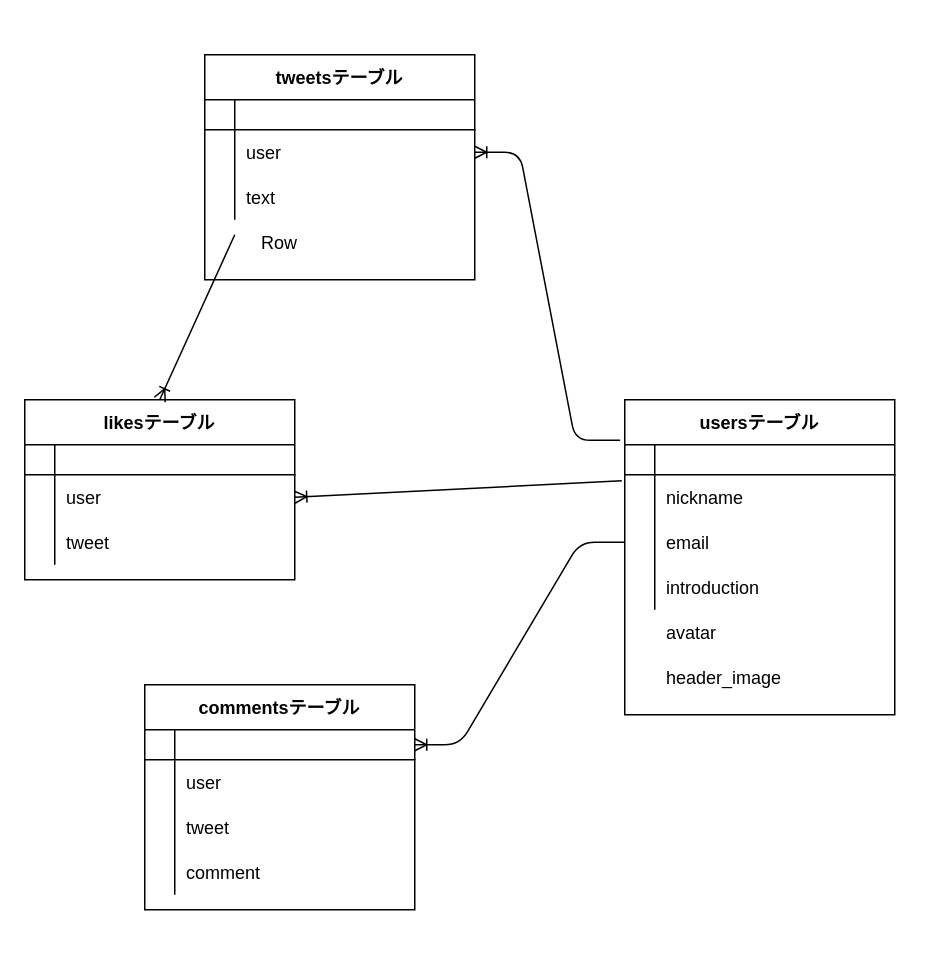
This is test.dio from Ota66/share-34421, a draw.io file, before an edit. Source tidied: cells renumbered, new cells numbered last; positions are measured from the earlier drawing's top-left corner, leaving out a move shared by most shapes. Both pictures are drawn from the tidied source at 150%, with x=0, y=0 at pixel (24, 54).
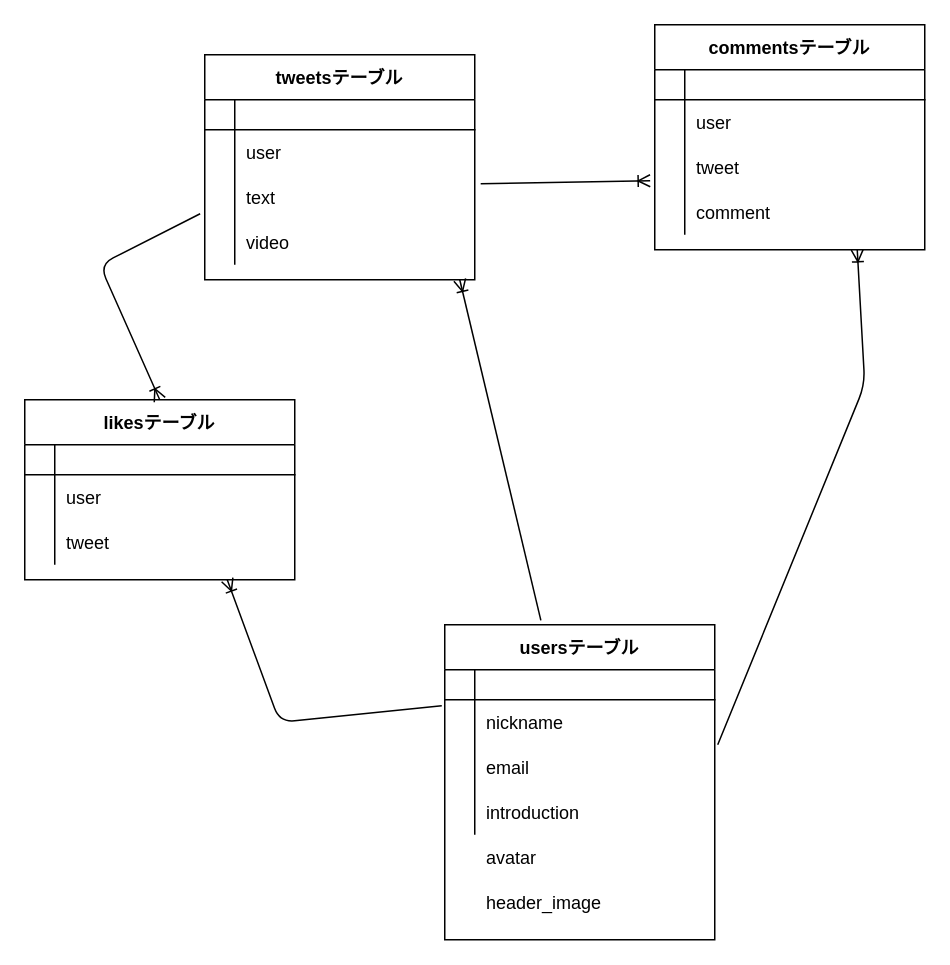
Above is the later version.

Commit message (it also covers changes not shown here):
Basic認証を導入

The change refers to these unchanged cells:
```xml
<mxCell id="3" style="shape=partialRectangle;fillColor=none;top=0;left=0;bottom=1;right=0;points=[[0,0.5],[1,0.5]];portConstraint=eastwest;" parent="2" vertex="1">
  <mxGeometry y="30" width="180" height="20" as="geometry" />
</mxCell>
<mxCell id="6" style="shape=partialRectangle;fillColor=none;top=0;left=0;bottom=0;right=0;points=[[0,0.5],[1,0.5]];portConstraint=eastwest;" parent="2" vertex="1">
  <mxGeometry y="50" width="180" height="30" as="geometry" />
</mxCell>
<mxCell id="9" style="shape=partialRectangle;fillColor=none;top=0;left=0;bottom=0;right=0;points=[[0,0.5],[1,0.5]];portConstraint=eastwest;" parent="2" vertex="1">
  <mxGeometry y="80" width="180" height="30" as="geometry" />
</mxCell>
<mxCell id="15" value="tweetsテーブル" style="shape=table;startSize=30;childLayout=tableLayout;rowLines=0;fontStyle=1;align=center;" parent="1" vertex="1">
  <mxGeometry x="120" width="180" height="150" as="geometry" />
</mxCell>
<mxCell id="19" style="shape=partialRectangle;fillColor=none;top=0;left=0;bottom=0;right=0;points=[[0,0.5],[1,0.5]];portConstraint=eastwest;" parent="15" vertex="1">
  <mxGeometry y="50" width="180" height="30" as="geometry" />
</mxCell>
<mxCell id="22" style="shape=partialRectangle;fillColor=none;top=0;left=0;bottom=0;right=0;points=[[0,0.5],[1,0.5]];portConstraint=eastwest;" parent="15" vertex="1">
  <mxGeometry y="80" width="180" height="30" as="geometry" />
</mxCell>
<mxCell id="26" style="shape=partialRectangle;fillColor=none;top=0;left=0;bottom=1;right=0;points=[[0,0.5],[1,0.5]];portConstraint=eastwest;" parent="25" vertex="1">
  <mxGeometry y="30" width="180" height="20" as="geometry" />
</mxCell>
<mxCell id="32" style="shape=partialRectangle;fillColor=none;top=0;left=0;bottom=0;right=0;points=[[0,0.5],[1,0.5]];portConstraint=eastwest;" parent="25" vertex="1">
  <mxGeometry y="80" width="180" height="30" as="geometry" />
</mxCell>
<mxCell id="40" value="likesテーブル" style="shape=table;startSize=30;childLayout=tableLayout;rowLines=0;fontStyle=1;align=center;" parent="1" vertex="1">
  <mxGeometry y="230" width="180" height="120" as="geometry" />
</mxCell>
<mxCell id="44" style="shape=partialRectangle;fillColor=none;top=0;left=0;bottom=0;right=0;points=[[0,0.5],[1,0.5]];portConstraint=eastwest;" parent="40" vertex="1">
  <mxGeometry y="50" width="180" height="30" as="geometry" />
</mxCell>
```

What changed in the source:
```diff
@@
     <mxCell id="2" value="usersテーブル" style="shape=table;startSize=30;childLayout=tableLayout;rowLines=0;fontStyle=1;align=center;" parent="1" vertex="1">
-      <mxGeometry x="400" y="230" width="180" height="210" as="geometry" />
+      <mxGeometry x="280" y="380" width="180" height="210" as="geometry" />
     </mxCell>
@@
+    <mxCell id="62" style="shape=partialRectangle;fillColor=none;top=0;left=0;bottom=0;right=0;points=[[0,0.5],[1,0.5]];portConstraint=eastwest;" parent="15" vertex="1">
+      <mxGeometry y="110" width="180" height="30" as="geometry" />
+    </mxCell>
+    <mxCell id="63" style="shape=partialRectangle;fillColor=none;top=0;left=0;bottom=0;right=0;overflow=hidden;" parent="62" vertex="1">
+      <mxGeometry width="20" height="30" as="geometry" />
+    </mxCell>
+    <mxCell id="64" value="video" style="shape=partialRectangle;fillColor=none;top=0;left=0;bottom=0;right=0;align=left;spacingLeft=6;overflow=hidden;" parent="62" vertex="1">
+      <mxGeometry x="20" width="160" height="30" as="geometry" />
+    </mxCell>
     <mxCell id="25" value="commentsテーブル" style="shape=table;startSize=30;childLayout=tableLayout;rowLines=0;fontStyle=1;align=center;" parent="1" vertex="1">
-      <mxGeometry x="80" y="420" width="180" height="150" as="geometry" />
+      <mxGeometry x="420" y="-20" width="180" height="150" as="geometry" />
     </mxCell>
@@
-    <mxCell id="38" style="edgeStyle=entityRelationEdgeStyle;fontSize=12;html=1;endArrow=ERoneToMany;entryX=1;entryY=0.5;entryDx=0;entryDy=0;exitX=0;exitY=0.5;exitDx=0;exitDy=0;" parent="1" edge="1" source="9" target="26">
-      <mxGeometry relative="1" as="geometry" />
+    <mxCell id="38" style="fontSize=12;html=1;endArrow=ERoneToMany;exitX=1.011;exitY=0;exitDx=0;exitDy=0;exitPerimeter=0;entryX=0.75;entryY=1;entryDx=0;entryDy=0;" parent="1" edge="1" source="9" target="25">
+      <mxGeometry relative="1" as="geometry">
+        <Array as="points">
+          <mxPoint x="560" y="220" />
+        </Array>
+      </mxGeometry>
     </mxCell>
-    <mxCell id="39" style="edgeStyle=entityRelationEdgeStyle;fontSize=12;html=1;endArrow=ERoneToMany;entryX=1;entryY=0.5;entryDx=0;entryDy=0;exitX=-0.017;exitY=-0.15;exitDx=0;exitDy=0;exitPerimeter=0;" parent="1" edge="1" source="3" target="19">
-      <mxGeometry relative="1" as="geometry" />
+    <mxCell id="39" style="fontSize=12;html=1;endArrow=ERoneToMany;exitX=0.356;exitY=-0.014;exitDx=0;exitDy=0;exitPerimeter=0;" parent="1" edge="1" source="2">
+      <mxGeometry relative="1" as="geometry">
+        <mxPoint x="290" y="150" as="targetPoint" />
+      </mxGeometry>
     </mxCell>
@@
-    <mxCell id="50" style="fontSize=12;html=1;endArrow=ERoneToMany;exitX=-0.011;exitY=0.133;exitDx=0;exitDy=0;exitPerimeter=0;entryX=1;entryY=0.5;entryDx=0;entryDy=0;" parent="1" edge="1" source="6" target="44">
-      <mxGeometry relative="1" as="geometry" />
+    <mxCell id="50" style="fontSize=12;html=1;endArrow=ERoneToMany;exitX=-0.011;exitY=0.133;exitDx=0;exitDy=0;exitPerimeter=0;entryX=0.75;entryY=1;entryDx=0;entryDy=0;" parent="1" edge="1" source="6" target="40">
+      <mxGeometry relative="1" as="geometry">
+        <Array as="points">
+          <mxPoint x="170" y="445" />
+        </Array>
+      </mxGeometry>
     </mxCell>
-    <mxCell id="51" style="fontSize=12;html=1;endArrow=ERoneToMany;entryX=0.5;entryY=0;entryDx=0;entryDy=0;" parent="1" edge="1" target="40">
+    <mxCell id="51" style="fontSize=12;html=1;endArrow=ERoneToMany;entryX=0.5;entryY=0;entryDx=0;entryDy=0;exitX=-0.017;exitY=-0.133;exitDx=0;exitDy=0;exitPerimeter=0;" parent="1" edge="1" source="62" target="40">
       <mxGeometry relative="1" as="geometry">
-        <mxPoint x="140" y="120" as="sourcePoint" />
+        <Array as="points">
+          <mxPoint x="50" y="140" />
+        </Array>
       </mxGeometry>
     </mxCell>
     <mxCell id="52" style="shape=partialRectangle;fillColor=none;top=0;left=0;bottom=0;right=0;" parent="1" vertex="1">
-      <mxGeometry x="400" y="370" width="180" height="30" as="geometry" />
+      <mxGeometry x="280" y="520" width="180" height="30" as="geometry" />
     </mxCell>
@@
     <mxCell id="55" style="shape=partialRectangle;fillColor=none;top=0;left=0;bottom=0;right=0;" parent="1" vertex="1">
-      <mxGeometry x="400" y="400" width="180" height="30" as="geometry" />
+      <mxGeometry x="280" y="550" width="180" height="30" as="geometry" />
     </mxCell>
@@
-    <mxCell id="58" style="shape=table;startSize=0;childLayout=tableLayout;rowLines=0;fontStyle=0;align=center;strokeColor=none;fillColor=none;" parent="1" vertex="1">
-      <mxGeometry x="120" y="110" width="180" height="30" as="geometry" />
-    </mxCell>
-    <mxCell id="59" style="shape=partialRectangle;fillColor=none;top=0;left=0;bottom=0;right=0;" parent="58" vertex="1">
-      <mxGeometry width="180" height="30" as="geometry" />
-    </mxCell>
-    <mxCell id="60" style="shape=partialRectangle;fillColor=none;top=0;left=0;bottom=0;right=0;overflow=hidden;" parent="59" vertex="1">
-      <mxGeometry width="30" height="30" as="geometry" />
-    </mxCell>
-    <mxCell id="61" value="Row" style="shape=partialRectangle;fillColor=none;top=0;left=0;bottom=0;right=0;align=left;spacingLeft=6;overflow=hidden;" parent="59" vertex="1">
-      <mxGeometry x="30" width="150" height="30" as="geometry" />
-    </mxCell>
+    <mxCell id="65" style="fontSize=12;html=1;endArrow=ERoneToMany;exitX=1.022;exitY=0.2;exitDx=0;exitDy=0;exitPerimeter=0;entryX=-0.017;entryY=0.8;entryDx=0;entryDy=0;entryPerimeter=0;" parent="1" edge="1" source="22" target="32">
+      <mxGeometry relative="1" as="geometry" />
+    </mxCell>
```
